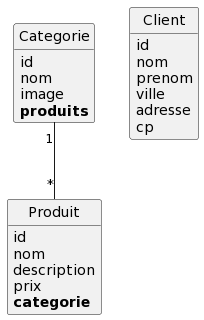
This is VG1/puml/index.png from fcaumartin/CDA22263, a PlantUML export, as it was before one commit. The source it was exported from:
```plantuml
@startuml
class Categorie {
	id
	nom
	image
	**produits**
}

class Client {
	id
	nom
	prenom
	ville
	adresse
	cp
}

class Produit {
	id
	nom
	description
	prix
	**categorie**
}

Categorie "1"--"*" Produit


hide methods
hide circle
@enduml
```
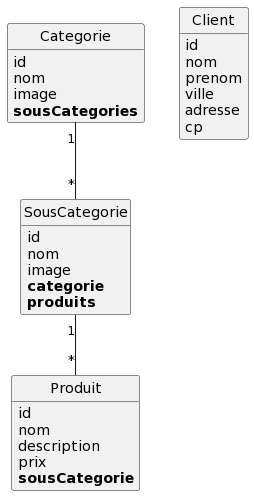
The same file after the commit.

Diff of the diagram source:
```diff
@@ -3,7 +3,7 @@
 	id
 	nom
 	image
-	**produits**
+	**sousCategories**
 }
 
 class Client {
@@ -20,10 +20,19 @@
 	nom
 	description
 	prix
-	**categorie**
+	**sousCategorie**
 }
 
-Categorie "1"--"*" Produit
+class SousCategorie {
+	id
+	nom
+	image
+	**categorie**
+	**produits**
+}
+
+Categorie "1"--"*" SousCategorie
+SousCategorie "1"--"*" Produit
 
 
 hide methods
```
